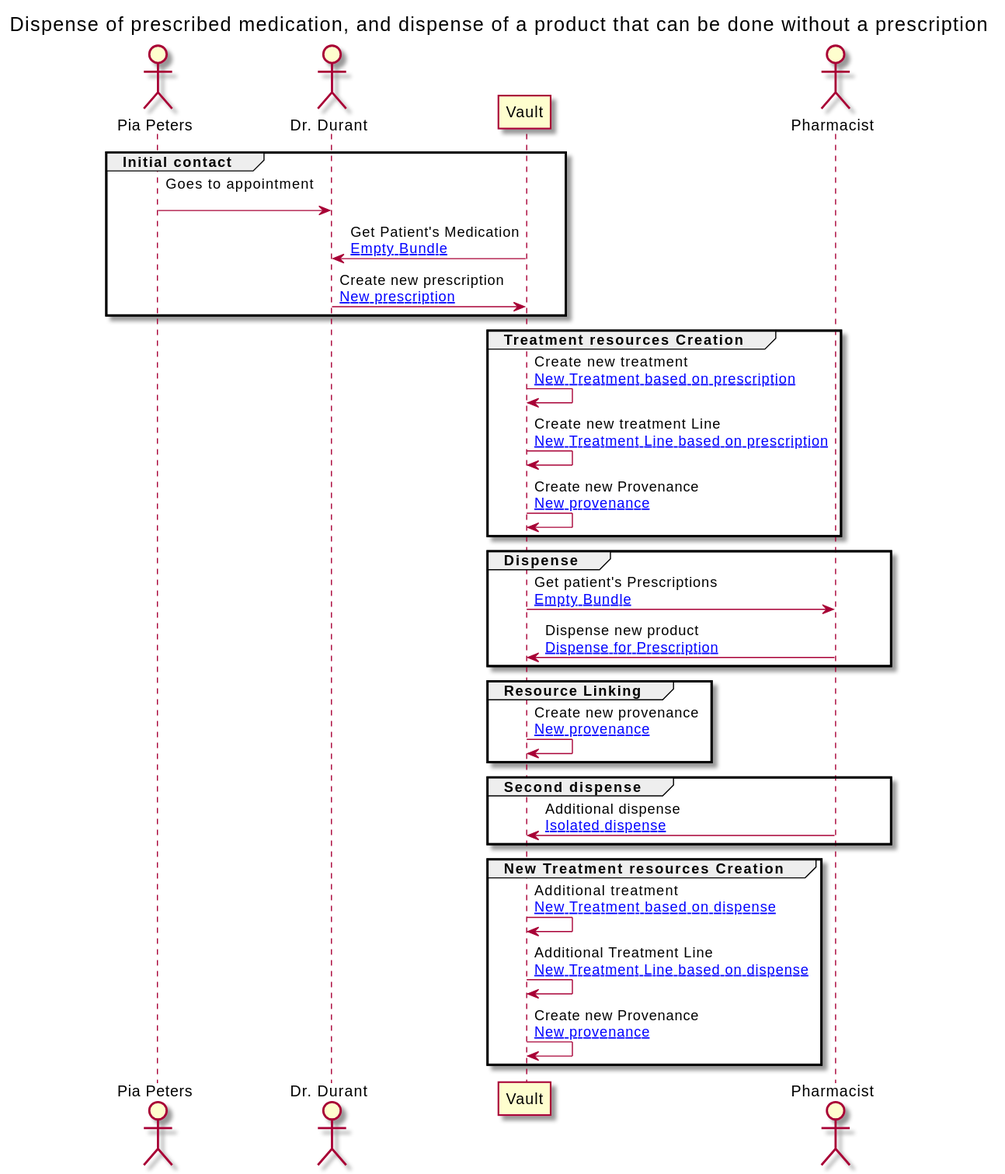
This is branches/master/ExampleScenario-example-4-scenario.svg from jcostateixeira/riziv-medication-record, a PlantUML export, as it was before one commit.
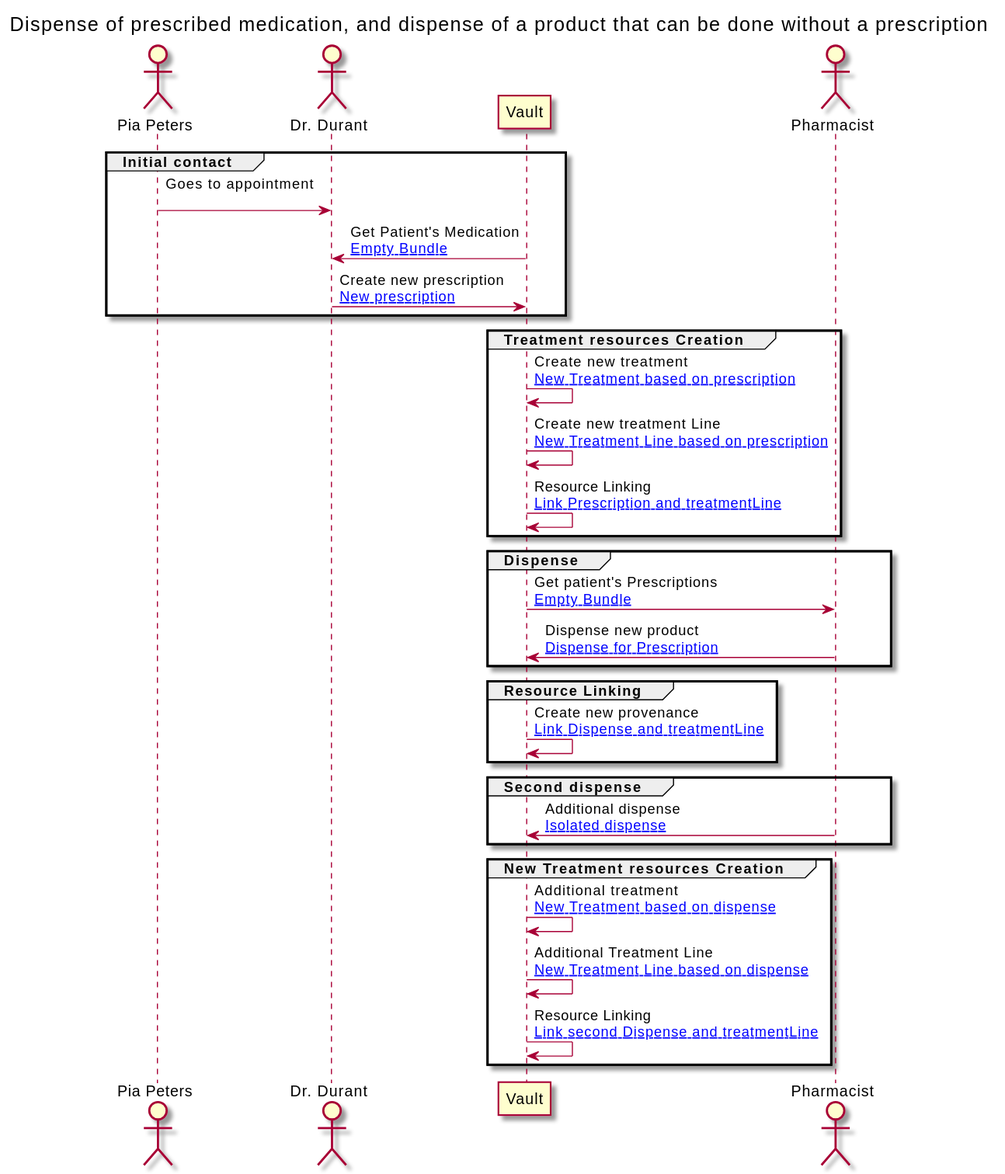
The same file after the commit.

What changed in the source:
```diff
@@ -24,7 +24,7 @@
 
 VAULT -> VAULT : Create new treatment\n[[ExampleScenario-example-4-scenario-resources.html#4-1-treatment New Treatment based on prescription]]
 VAULT -> VAULT : Create new treatment Line\n[[ExampleScenario-example-4-scenario-resources.html#4-1-treatmentLine New Treatment Line based on prescription]]
-VAULT -> VAULT : Create new Provenance\n[[ExampleScenario-example-4-scenario-resources.html#4-1-provenance New provenance]]
+VAULT -> VAULT : Resource Linking\n[[ExampleScenario-example-4-scenario-resources.html#4-1-provenance Link Prescription and treatmentLine]]
 end
 
 group Dispense
@@ -35,7 +35,7 @@
 
 group Resource Linking
 
-VAULT -> VAULT : Create new provenance\n[[ExampleScenario-example-4-scenario-resources.html#4-2-provenance New provenance]]
+VAULT -> VAULT : Create new provenance\n[[ExampleScenario-example-4-scenario-resources.html#4-2-provenance Link Dispense and treatmentLine]]
 end
 
 group Second dispense
@@ -47,7 +47,7 @@
 
 VAULT -> VAULT : Additional treatment\n[[ExampleScenario-example-4-scenario-resources.html#4-2-treatment New Treatment based on dispense]]
 VAULT -> VAULT : Additional Treatment Line\n[[ExampleScenario-example-4-scenario-resources.html#4-2-treatmentLine New Treatment Line based on dispense]]
-VAULT -> VAULT : Create new Provenance\n[[ExampleScenario-example-4-scenario-resources.html#4-3-provenance New provenance]]
+VAULT -> VAULT : Resource Linking\n[[ExampleScenario-example-4-scenario-resources.html#4-3-provenance Link second Dispense and treatmentLine]]
 end
 
 
```
